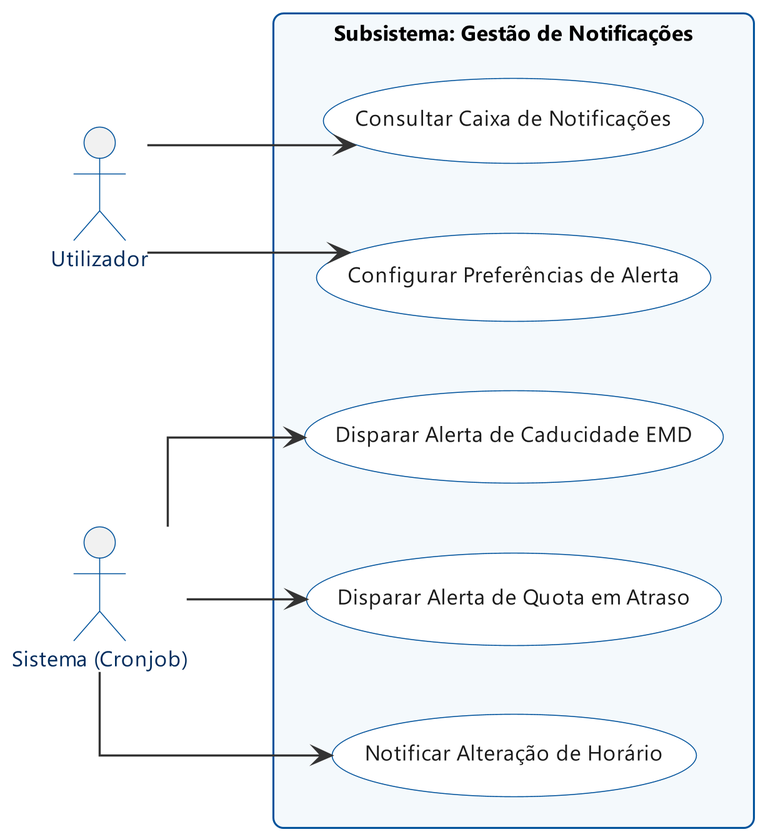
Above: Relatorio/images/casos_uso_notificacoes.png in MartiGames8899/LI4 (PlantUML), before the change.
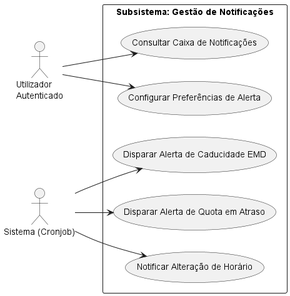
Above is the later version.

Change to the diagram source:
```diff
@@ -1,8 +1,8 @@
-@startuml casos_uso_notificacoes
-!include _cap_skin.puml
+@startuml
+
 left to right direction
 
-actor "Utilizador" as Utilizador
+actor "Utilizador\nAutenticado" as User
 actor "Sistema (Cronjob)" as Sistema
 
 rectangle "Subsistema: Gestão de Notificações" {
@@ -13,8 +13,8 @@
     usecase "Notificar Alteração de Horário" as UC5
 }
 
-Utilizador --> UC1
-Utilizador --> UC2
+User --> UC1
+User --> UC2
 
 Sistema --> UC3
 Sistema --> UC4
```
